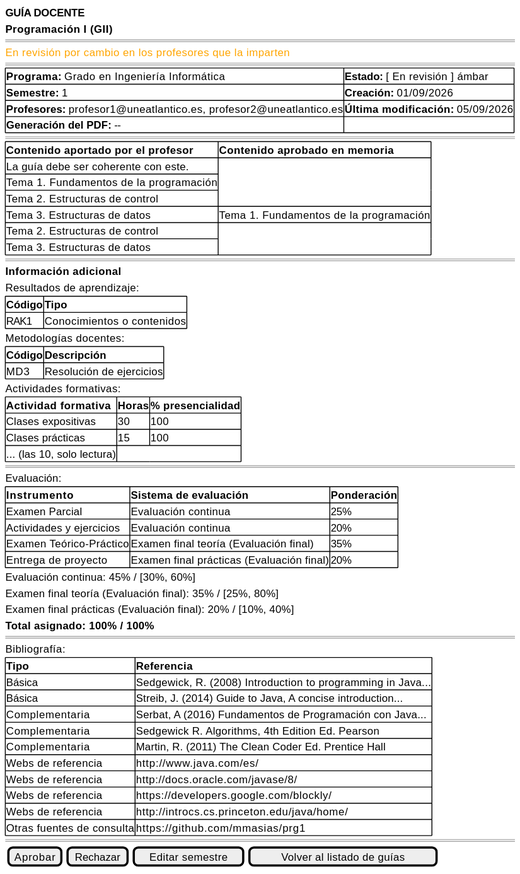
The PlantUML diagram images/RUP/01-requisitos/03-detalle-casos-uso/abrirGuia/wireframe-revision.svg in mmasias/pyCeldaPublico, before a commit.
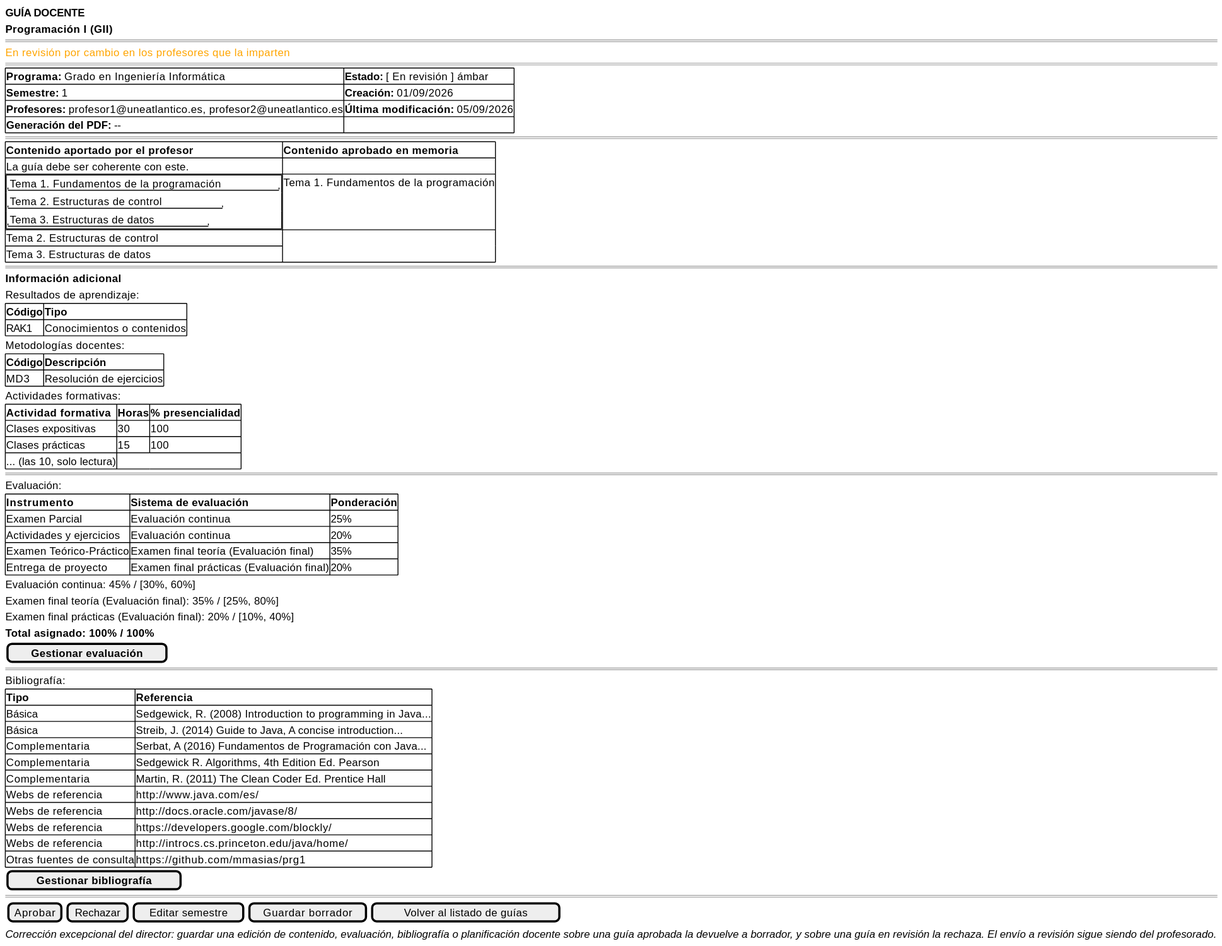
After the change.

The edit, as a diff of the source:
```diff
@@ -15,9 +15,11 @@
     {#
         <b>Contenido aportado por el profesor</b> | <b>Contenido aprobado en memoria</b>
          | La guía debe ser coherente con este.
-        Tema 1. Fundamentos de la programación
-        Tema 2. Estructuras de control
-        Tema 3. Estructuras de datos | Tema 1. Fundamentos de la programación
+        {+
+            "Tema 1. Fundamentos de la programación"
+            "Tema 2. Estructuras de control"
+            "Tema 3. Estructuras de datos"
+        } | Tema 1. Fundamentos de la programación
         Tema 2. Estructuras de control
         Tema 3. Estructuras de datos
     }
@@ -53,6 +55,7 @@
     Examen final teoría (Evaluación final): 35% / [25%, 80%]
     Examen final prácticas (Evaluación final): 20% / [10%, 40%]
     <b>Total asignado: 100% / 100%</b>
+    [ <b>Gestionar evaluación</b> ]
     ====
     Bibliografía:
     {#
@@ -68,7 +71,9 @@
         Webs de referencia | http://introcs.cs.princeton.edu/java/home/
         Otras fuentes de consulta | https://github.com/mmasias/prg1
     }
+    [ <b>Gestionar bibliografía</b> ]
     ====
-    {[Aprobar] | [Rechazar] | [Editar semestre] | [Volver al listado de guías]}
+    {[Aprobar] | [Rechazar] | [Editar semestre] | [Guardar borrador] | [Volver al listado de guías]}
+    <i>Corrección excepcional del director: guardar una edición de contenido, evaluación, bibliografía o planificación docente sobre una guía aprobada la devuelve a borrador, y sobre una guía en revisión la rechaza. El envío a revisión sigue siendo del profesorado.</i>
 }
 @endsalt
```
